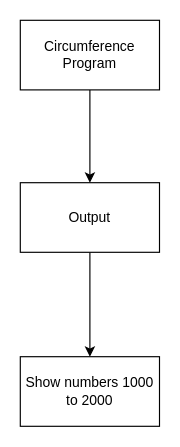
Earlier version of the draw.io diagram design.drawio (Ethan-Prieur1/ICS3U-Unit4-07-Python). Source tidied: cells renumbered, new cells numbered last; positions are measured from the earlier drawing's top-left corner, leaving out a move shared by most shapes. Both pictures are drawn from the tidied source at 116%, with x=0, y=0 at pixel (20, 20).
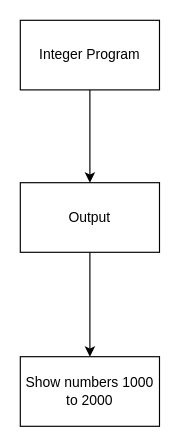
Above is the later version.

Diff of the diagram source:
```diff
@@
 <mxGraphModel>
   <root>
     <mxCell id="0" />
     <mxCell id="1" parent="0" />
     <mxCell id="2" style="edgeStyle=orthogonalEdgeStyle;shape=connector;rounded=0;jumpStyle=line;html=1;labelBackgroundColor=default;fontFamily=Helvetica;fontSize=11;fontColor=default;endArrow=classic;strokeColor=default;" parent="1" edge="1" source="3" target="5">
       <mxGeometry relative="1" as="geometry">
         <Array as="points">
           <mxPoint x="60" y="80" />
           <mxPoint x="60" y="80" />
         </Array>
       </mxGeometry>
     </mxCell>
-    <mxCell id="3" value="Circumference Program" style="rounded=0;whiteSpace=wrap;html=1;" parent="1" vertex="1">
+    <mxCell id="3" value="Integer Program" style="rounded=0;whiteSpace=wrap;html=1;" parent="1" vertex="1">
       <mxGeometry width="120" height="60" as="geometry" />
     </mxCell>
     <mxCell id="4" style="edgeStyle=none;html=1;exitX=0.5;exitY=1;exitDx=0;exitDy=0;rounded=0;entryX=0.5;entryY=0;entryDx=0;entryDy=0;" parent="1" edge="1" source="5" target="6">
       <mxGeometry relative="1" as="geometry" />
     </mxCell>
     <mxCell id="5" value="Output" style="rounded=0;whiteSpace=wrap;html=1;" parent="1" vertex="1">
       <mxGeometry y="140" width="120" height="60" as="geometry" />
     </mxCell>
     <mxCell id="6" value="Show numbers 1000 to 2000" style="rounded=0;whiteSpace=wrap;html=1;" parent="1" vertex="1">
       <mxGeometry y="290" width="120" height="60" as="geometry" />
     </mxCell>
   </root>
 </mxGraphModel>
```
